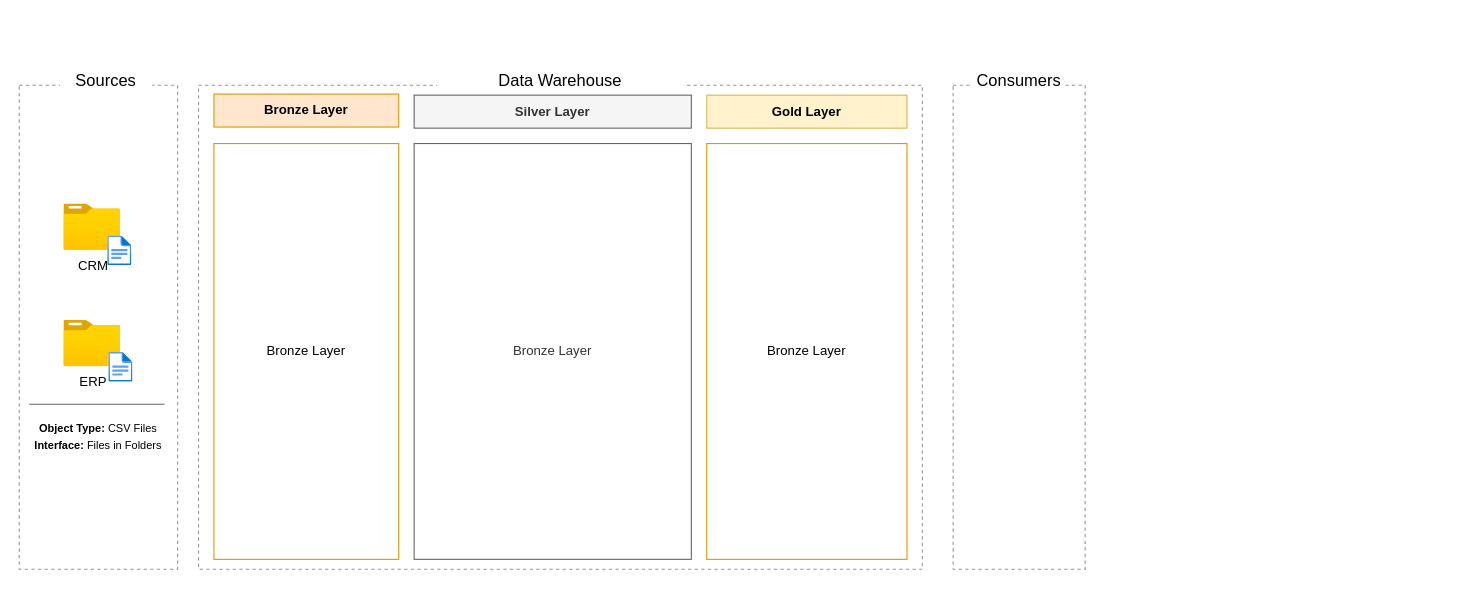
This is dwh_architecture/Datawarehouse Architecture.drawio from gmusebe/sales-data-warehouse, a draw.io file, before an edit. Source tidied: cells renumbered, new cells numbered last; positions are measured from the earlier drawing's top-left corner, leaving out a move shared by most shapes. Both pictures are drawn from the tidied source at 110%, with x=0, y=0 at pixel (19, 65).
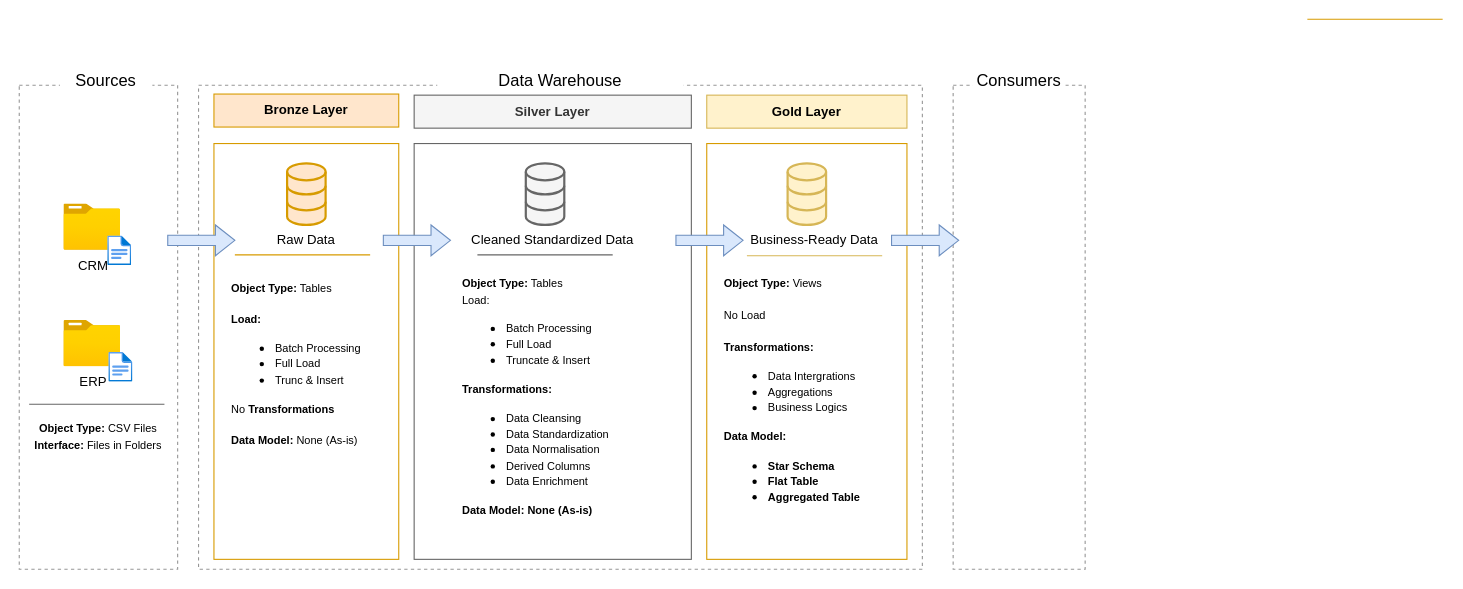
The same page after the edit.

Commit message:
Datawarehouse Plan

Diff of the diagram source:
```diff
@@
-    <mxCell id="9" value="Bronze Layer" style="rounded=0;whiteSpace=wrap;html=1;fillColor=none;strokeColor=#d79b00;" parent="1" vertex="1">
+    <mxCell id="9" style="rounded=0;whiteSpace=wrap;html=1;fillColor=none;strokeColor=#d79b00;" parent="1" vertex="1">
       <mxGeometry x="177" y="71" width="168" height="378" as="geometry" />
     </mxCell>
@@
-    <mxCell id="11" value="Bronze Layer" style="rounded=0;whiteSpace=wrap;html=1;fillColor=none;strokeColor=#666666;fontColor=#333333;" parent="1" vertex="1">
+    <mxCell id="11" style="rounded=0;whiteSpace=wrap;html=1;fillColor=none;strokeColor=#666666;fontColor=#333333;" parent="1" vertex="1">
       <mxGeometry x="359" y="71" width="252" height="378" as="geometry" />
     </mxCell>
@@
-    <mxCell id="13" value="Bronze Layer" style="rounded=0;whiteSpace=wrap;html=1;fillColor=none;strokeColor=#d79b00;" parent="1" vertex="1">
+    <mxCell id="13" style="rounded=0;whiteSpace=wrap;html=1;fillColor=none;strokeColor=#d79b00;" parent="1" vertex="1">
       <mxGeometry x="625" y="71" width="182" height="378" as="geometry" />
     </mxCell>
@@
+    <mxCell id="20" style="html=1;verticalLabelPosition=bottom;align=center;labelBackgroundColor=#ffffff;verticalAlign=top;strokeWidth=2;strokeColor=#666666;shadow=0;dashed=0;shape=mxgraph.ios7.icons.data;fillColor=#f5f5f5;fontColor=#333333;" parent="1" vertex="1">
+      <mxGeometry x="460.5" y="89" width="35" height="56" as="geometry" />
+    </mxCell>
+    <mxCell id="21" style="shape=singleArrow;whiteSpace=wrap;html=1;arrowWidth=0.33333260672433035;arrowSize=0.28961681928790983;fillColor=#dae8fc;strokeColor=#6c8ebf;" parent="1" vertex="1">
+      <mxGeometry x="135" y="145" width="61" height="28" as="geometry" />
+    </mxCell>
+    <mxCell id="22" style="shape=singleArrow;whiteSpace=wrap;html=1;arrowWidth=0.33333260672433035;arrowSize=0.28961681928790983;fillColor=#dae8fc;strokeColor=#6c8ebf;" parent="1" vertex="1">
+      <mxGeometry x="331" y="145" width="61" height="28" as="geometry" />
+    </mxCell>
+    <mxCell id="23" style="shape=singleArrow;whiteSpace=wrap;html=1;arrowWidth=0.33333260672433035;arrowSize=0.28961681928790983;fillColor=#dae8fc;strokeColor=#6c8ebf;" parent="1" vertex="1">
+      <mxGeometry x="597" y="145" width="61" height="28" as="geometry" />
+    </mxCell>
+    <mxCell id="24" style="shape=singleArrow;whiteSpace=wrap;html=1;arrowWidth=0.33333260672433035;arrowSize=0.28961681928790983;fillColor=#dae8fc;strokeColor=#6c8ebf;" parent="1" vertex="1">
+      <mxGeometry x="793" y="145" width="61" height="28" as="geometry" />
+    </mxCell>
+    <mxCell id="25" value="Raw Data" style="text;html=1;whiteSpace=wrap;strokeColor=none;fillColor=none;align=center;verticalAlign=middle;rounded=0;" parent="1" vertex="1">
+      <mxGeometry x="212" y="152" width="98" height="14" as="geometry" />
+    </mxCell>
+    <mxCell id="26" value="Cleaned Standardized Data" style="text;html=1;whiteSpace=wrap;strokeColor=none;fillColor=none;align=center;verticalAlign=middle;rounded=0;" parent="1" vertex="1">
+      <mxGeometry x="401" y="152" width="168" height="14" as="geometry" />
+    </mxCell>
+    <mxCell id="27" value="Business-Ready Data" style="text;html=1;whiteSpace=wrap;strokeColor=none;fillColor=none;align=center;verticalAlign=middle;rounded=0;" parent="1" vertex="1">
+      <mxGeometry x="639" y="152" width="168" height="14" as="geometry" />
+    </mxCell>
+    <mxCell id="28" style="endArrow=none;html=1;rounded=0;fillColor=#ffe6cc;strokeColor=#d79b00;" parent="1" edge="1">
+      <mxGeometry relative="1" as="geometry">
+        <mxPoint x="213" y="172.2" as="sourcePoint" />
+        <mxPoint x="319" y="172.2" as="targetPoint" />
+        <Array as="points">
+          <mxPoint x="196" y="172.2" />
+        </Array>
+      </mxGeometry>
+    </mxCell>
+    <mxCell id="29" style="endArrow=none;html=1;rounded=0;fillColor=#ffe6cc;strokeColor=#d79b00;" parent="1" edge="1">
+      <mxGeometry relative="1" as="geometry">
+        <mxPoint x="1188" y="-42" as="sourcePoint" />
+        <mxPoint x="1294" y="-42" as="targetPoint" />
+        <Array as="points">
+          <mxPoint x="1171" y="-42" />
+        </Array>
+      </mxGeometry>
+    </mxCell>
+    <mxCell id="30" style="endArrow=none;html=1;rounded=0;fillColor=#f5f5f5;strokeColor=#666666;" parent="1" edge="1">
+      <mxGeometry relative="1" as="geometry">
+        <mxPoint x="433.5" y="172.2" as="sourcePoint" />
+        <mxPoint x="539.5" y="172.2" as="targetPoint" />
+        <Array as="points">
+          <mxPoint x="416.5" y="172.2" />
+        </Array>
+      </mxGeometry>
+    </mxCell>
+    <mxCell id="31" style="endArrow=none;html=1;rounded=0;fillColor=#fff2cc;strokeColor=#d6b656;" parent="1" edge="1">
+      <mxGeometry relative="1" as="geometry">
+        <mxPoint x="678.5" y="173" as="sourcePoint" />
+        <mxPoint x="784.5" y="173" as="targetPoint" />
+        <Array as="points">
+          <mxPoint x="661.5" y="173" />
+        </Array>
+      </mxGeometry>
+    </mxCell>
+    <mxCell id="32" value="&lt;font style=&quot;font-size: 10px;&quot;&gt;&lt;b&gt;Object Type:&lt;/b&gt;&amp;nbsp;Tables&lt;/font&gt;&lt;div&gt;&lt;span style=&quot;font-size: 10px;&quot;&gt;&lt;br&gt;&lt;/span&gt;&lt;div&gt;&lt;div&gt;&lt;font style=&quot;font-size: 10px;&quot;&gt;&lt;b&gt;Load:&lt;/b&gt;&lt;/font&gt;&lt;/div&gt;&lt;div&gt;&lt;ul&gt;&lt;li&gt;&lt;span style=&quot;font-size: 10px;&quot;&gt;Batch Processing&lt;/span&gt;&lt;/li&gt;&lt;li&gt;&lt;span style=&quot;font-size: 10px;&quot;&gt;Full Load&lt;/span&gt;&lt;/li&gt;&lt;li&gt;&lt;span style=&quot;font-size: 10px;&quot;&gt;Trunc &amp;amp; Insert&lt;/span&gt;&lt;/li&gt;&lt;/ul&gt;&lt;div&gt;&lt;span style=&quot;font-size: 10px;&quot;&gt;No&lt;b&gt; Transformations&lt;/b&gt;&lt;/span&gt;&lt;/div&gt;&lt;/div&gt;&lt;/div&gt;&lt;div&gt;&lt;span style=&quot;font-size: 10px;&quot;&gt;&lt;b&gt;&lt;br&gt;&lt;/b&gt;&lt;/span&gt;&lt;/div&gt;&lt;div&gt;&lt;span style=&quot;font-size: 10px;&quot;&gt;&lt;b&gt;Data Model:&lt;/b&gt; None (As-is)&lt;/span&gt;&lt;/div&gt;&lt;/div&gt;" style="text;html=1;whiteSpace=wrap;strokeColor=none;fillColor=none;align=left;verticalAlign=middle;rounded=0;" parent="1" vertex="1">
+      <mxGeometry x="191" y="175" width="140" height="191" as="geometry" />
+    </mxCell>
+    <mxCell id="33" value="&lt;font style=&quot;font-size: 10px;&quot;&gt;&lt;b&gt;Object Type:&lt;/b&gt;&amp;nbsp;Tables&lt;/font&gt;&lt;div&gt;&lt;div&gt;&lt;span style=&quot;font-size: 10px;&quot;&gt;Load:&lt;/span&gt;&lt;/div&gt;&lt;div&gt;&lt;ul&gt;&lt;li&gt;&lt;span style=&quot;font-size: 10px;&quot;&gt;Batch Processing&lt;/span&gt;&lt;/li&gt;&lt;li&gt;&lt;span style=&quot;font-size: 10px;&quot;&gt;Full Load&lt;/span&gt;&lt;/li&gt;&lt;li&gt;&lt;span style=&quot;font-size: 10px;&quot;&gt;Truncate &amp;amp; Insert&lt;/span&gt;&lt;/li&gt;&lt;/ul&gt;&lt;div&gt;&lt;span style=&quot;font-size: 10px;&quot;&gt;&lt;b&gt;Transformations:&lt;/b&gt;&lt;/span&gt;&lt;/div&gt;&lt;/div&gt;&lt;div&gt;&lt;ul&gt;&lt;li&gt;&lt;span style=&quot;font-size: 10px;&quot;&gt;Data Cleansing&lt;/span&gt;&lt;/li&gt;&lt;li&gt;&lt;span style=&quot;font-size: 10px;&quot;&gt;Data Standardization&lt;/span&gt;&lt;/li&gt;&lt;li&gt;&lt;span style=&quot;font-size: 10px;&quot;&gt;Data Normalisation&lt;/span&gt;&lt;/li&gt;&lt;li&gt;&lt;span style=&quot;font-size: 10px;&quot;&gt;Derived Columns&lt;/span&gt;&lt;/li&gt;&lt;li&gt;&lt;span style=&quot;font-size: 10px;&quot;&gt;Data Enrichment&lt;/span&gt;&lt;/li&gt;&lt;/ul&gt;&lt;/div&gt;&lt;div&gt;&lt;span style=&quot;font-size: 10px;&quot;&gt;&lt;b&gt;Data Model: None (As-is)&lt;/b&gt;&lt;/span&gt;&lt;/div&gt;&lt;/div&gt;" style="text;html=1;whiteSpace=wrap;strokeColor=none;fillColor=none;align=left;verticalAlign=middle;rounded=0;" parent="1" vertex="1">
+      <mxGeometry x="401" y="175" width="182" height="252" as="geometry" />
+    </mxCell>
+    <mxCell id="34" style="html=1;verticalLabelPosition=bottom;align=center;labelBackgroundColor=#ffffff;verticalAlign=top;strokeWidth=2;strokeColor=#d6b656;shadow=0;dashed=0;shape=mxgraph.ios7.icons.data;fillColor=#fff2cc;" parent="1" vertex="1">
+      <mxGeometry x="698.5" y="89" width="35" height="56" as="geometry" />
+    </mxCell>
+    <mxCell id="35" style="html=1;verticalLabelPosition=bottom;align=center;labelBackgroundColor=#ffffff;verticalAlign=top;strokeWidth=2;strokeColor=#d79b00;shadow=0;dashed=0;shape=mxgraph.ios7.icons.data;fillColor=#ffe6cc;" parent="1" vertex="1">
+      <mxGeometry x="243.5" y="89" width="35" height="56" as="geometry" />
+    </mxCell>
+    <mxCell id="36" value="&lt;font style=&quot;font-size: 10px;&quot;&gt;&lt;b&gt;Object Type:&lt;/b&gt;&amp;nbsp;Views&lt;/font&gt;&lt;div&gt;&lt;span style=&quot;font-size: 10px;&quot;&gt;&lt;br&gt;&lt;/span&gt;&lt;div&gt;&lt;div&gt;&lt;span style=&quot;font-size: 10px;&quot;&gt;No Load&lt;/span&gt;&lt;/div&gt;&lt;div&gt;&lt;span style=&quot;font-size: 10px;&quot;&gt;&lt;br&gt;&lt;/span&gt;&lt;/div&gt;&lt;div&gt;&lt;div&gt;&lt;span style=&quot;font-size: 10px;&quot;&gt;&lt;b&gt;Transformations:&lt;/b&gt;&lt;/span&gt;&lt;/div&gt;&lt;/div&gt;&lt;div&gt;&lt;ul&gt;&lt;li&gt;&lt;span style=&quot;font-size: 10px;&quot;&gt;Data Intergrations&lt;/span&gt;&lt;/li&gt;&lt;li&gt;&lt;span style=&quot;font-size: 10px;&quot;&gt;Aggregations&lt;/span&gt;&lt;/li&gt;&lt;li&gt;&lt;span style=&quot;font-size: 10px;&quot;&gt;Business Logics&lt;/span&gt;&lt;/li&gt;&lt;/ul&gt;&lt;/div&gt;&lt;div&gt;&lt;span style=&quot;font-size: 10px;&quot;&gt;&lt;b&gt;Data Model:&lt;/b&gt;&lt;/span&gt;&lt;/div&gt;&lt;/div&gt;&lt;/div&gt;&lt;div&gt;&lt;ul&gt;&lt;li&gt;&lt;span style=&quot;font-size: 10px;&quot;&gt;&lt;b&gt;Star Schema&lt;/b&gt;&lt;/span&gt;&lt;/li&gt;&lt;li&gt;&lt;span style=&quot;font-size: 10px;&quot;&gt;&lt;b&gt;Flat Table&lt;/b&gt;&lt;/span&gt;&lt;/li&gt;&lt;li&gt;&lt;span style=&quot;font-size: 10px;&quot;&gt;&lt;b&gt;Aggregated Table&lt;/b&gt;&lt;/span&gt;&lt;/li&gt;&lt;/ul&gt;&lt;/div&gt;" style="text;html=1;whiteSpace=wrap;strokeColor=none;fillColor=none;align=left;verticalAlign=middle;rounded=0;" parent="1" vertex="1">
+      <mxGeometry x="639" y="175" width="182" height="252" as="geometry" />
+    </mxCell>
```
